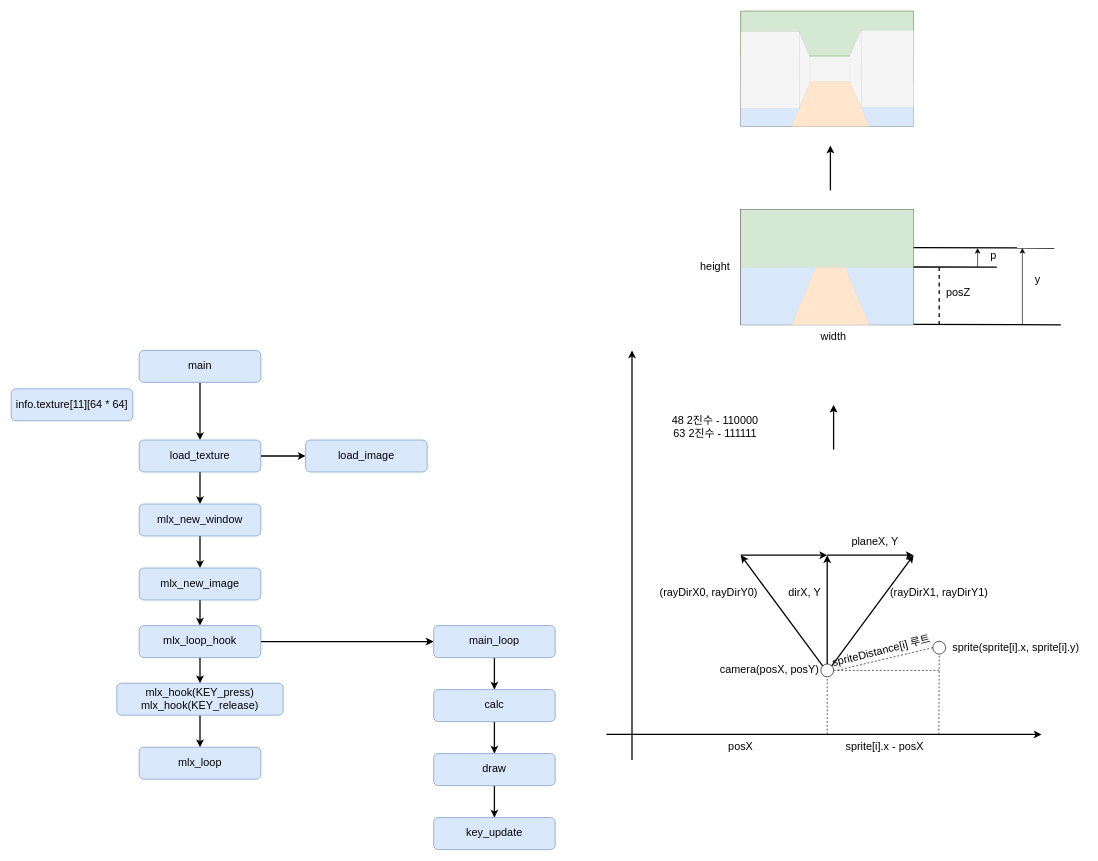
The draw.io diagram page "Page-2" (2 of 3) of Untitled.drawio in Lee-seungju/drawfile, before the edit. Source tidied: cells renumbered, new cells numbered last; positions are measured from the earlier drawing's top-left corner, leaving out a move shared by most shapes. Both pictures are drawn from the tidied source at 64%, with x=0, y=0 at pixel (11, 11).
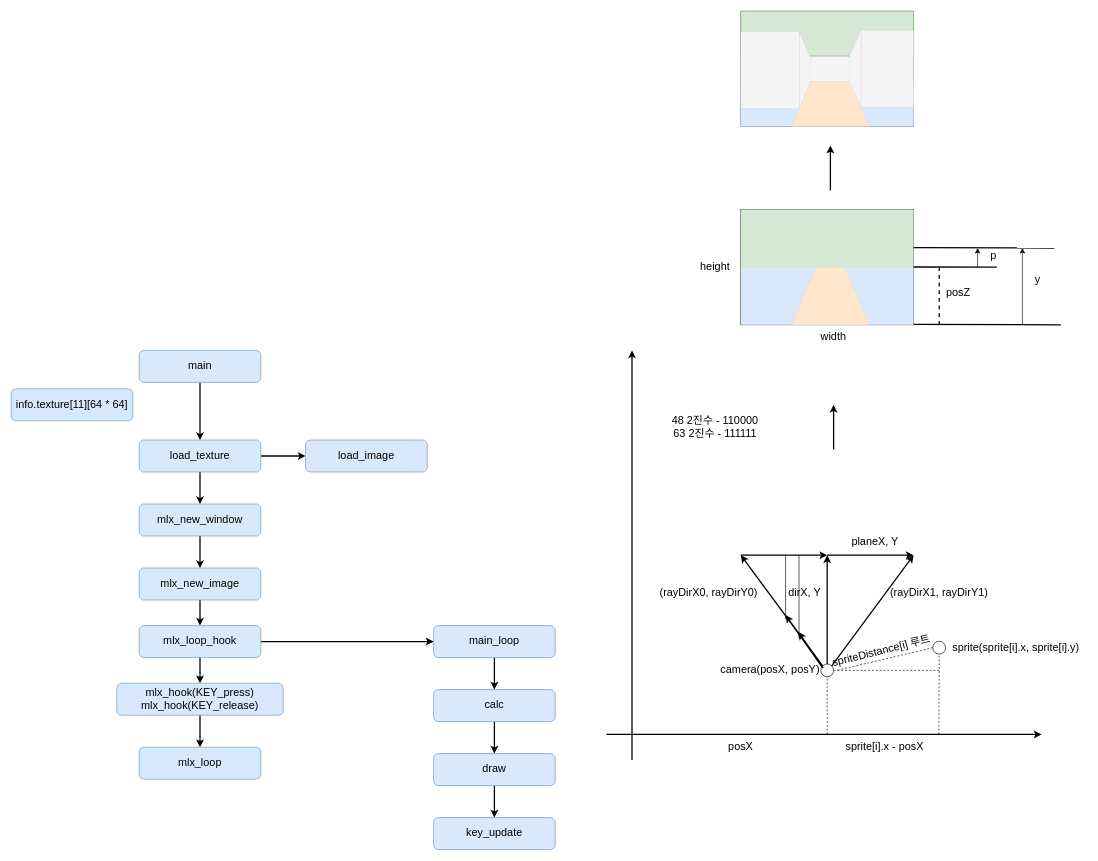
The same diagram, later.

Change to the diagram source:
```diff
@@
     <mxCell id="41" value="&lt;span style=&quot;font-size: 17px&quot;&gt;camera(posX, posY)&lt;/span&gt;" style="text;html=1;strokeColor=none;fillColor=none;align=center;verticalAlign=middle;whiteSpace=wrap;rounded=0;" parent="1" vertex="1">
-      <mxGeometry x="1105" y="1020" width="160" height="20" as="geometry" />
+      <mxGeometry x="1105.5" y="1020" width="160" height="20" as="geometry" />
     </mxCell>
@@
+    <mxCell id="74" style="endArrow=classic;html=1;strokeWidth=2;" parent="1" edge="1">
+      <mxGeometry relative="1" as="geometry">
+        <mxPoint x="1268" y="1026" as="sourcePoint" />
+        <mxPoint x="1210" y="943.5" as="targetPoint" />
+      </mxGeometry>
+    </mxCell>
+    <mxCell id="75" style="endArrow=classic;html=1;strokeWidth=2;" parent="1" edge="1">
+      <mxGeometry relative="1" as="geometry">
+        <mxPoint x="1268.5" y="1026.2" as="sourcePoint" />
+        <mxPoint x="1230" y="970" as="targetPoint" />
+      </mxGeometry>
+    </mxCell>
+    <mxCell id="76" style="endArrow=none;html=1;" parent="1" edge="1">
+      <mxGeometry relative="1" as="geometry">
+        <mxPoint x="1210" y="950" as="sourcePoint" />
+        <mxPoint x="1210" y="850" as="targetPoint" />
+      </mxGeometry>
+    </mxCell>
+    <mxCell id="77" style="endArrow=none;html=1;" parent="1" edge="1">
+      <mxGeometry relative="1" as="geometry">
+        <mxPoint x="1231" y="980" as="sourcePoint" />
+        <mxPoint x="1231" y="850" as="targetPoint" />
+      </mxGeometry>
+    </mxCell>
```
